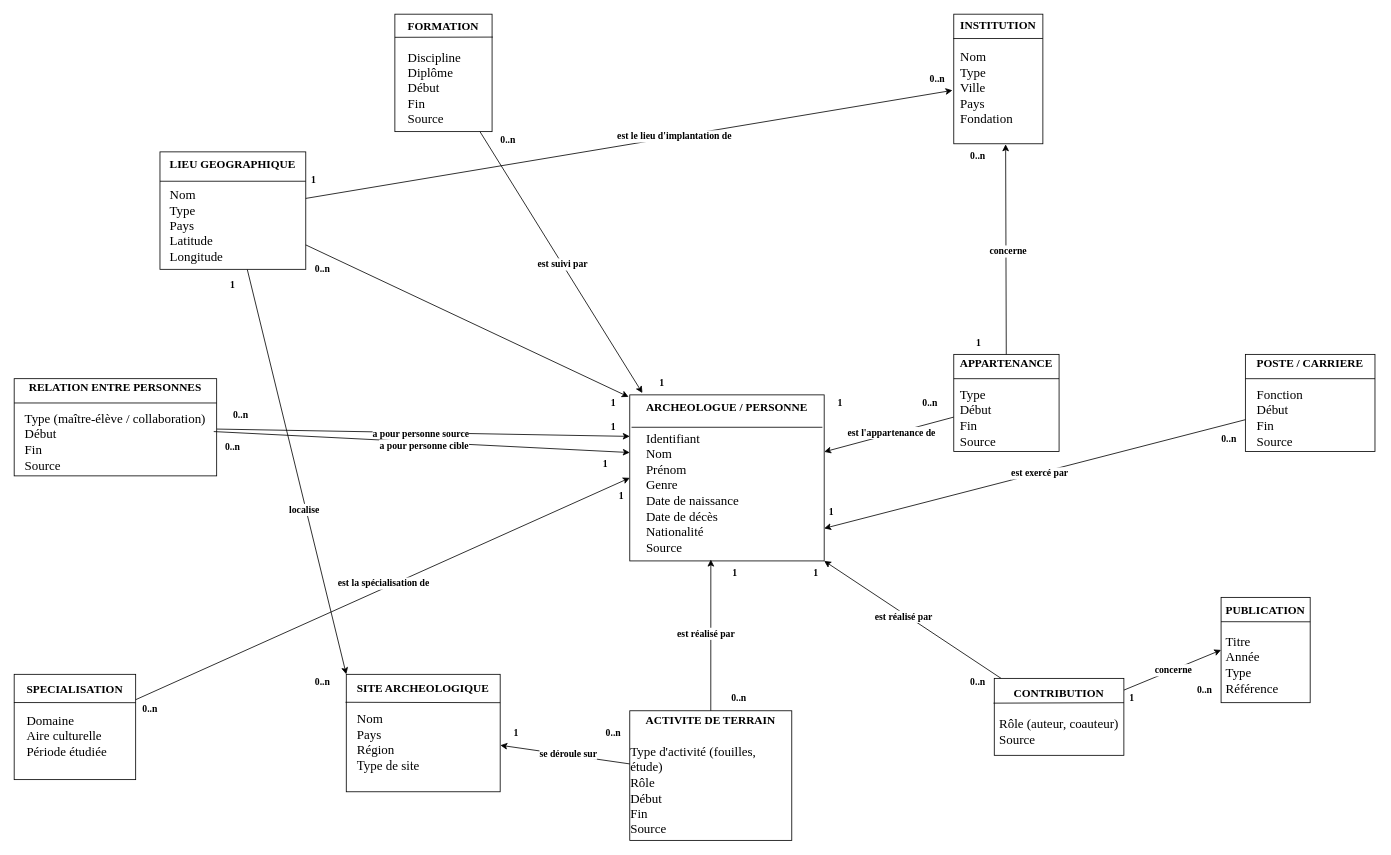
This is Modele-conceptuel-archeologues-final.drawio from CannelleLeoHatchi/archeologues, a draw.io file, before an edit. Source tidied: cells renumbered, new cells numbered last; positions are measured from the earlier drawing's top-left corner, leaving out a move shared by most shapes. Both pictures are drawn from the tidied source at 81%, with x=0, y=0 at pixel (14, 14).
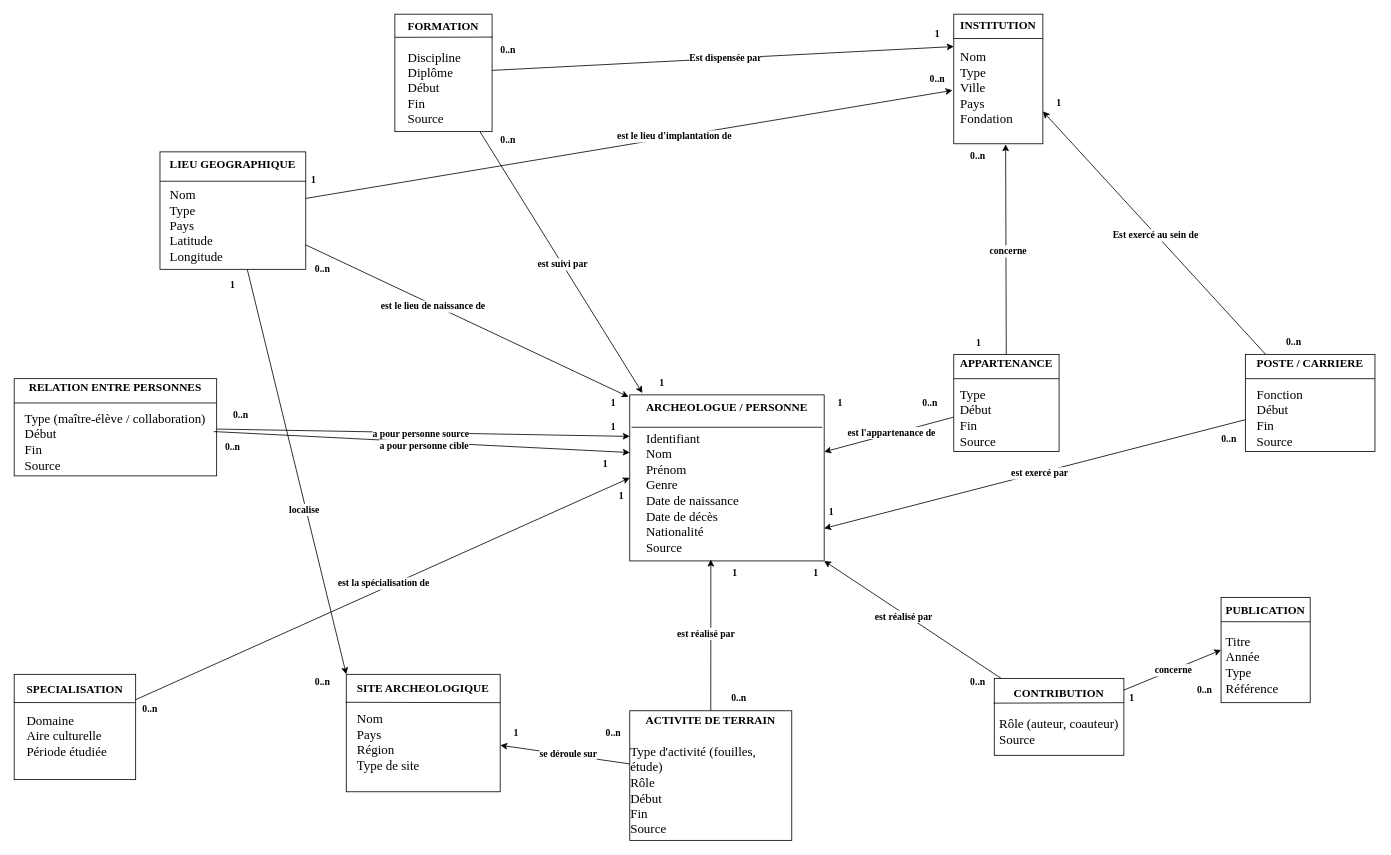
Above is the later version.

Commit message:
Ajout des relations entre formations, postes et institutions

The change refers to these unchanged cells:
```xml
<mxCell id="4" value="&lt;font face=&quot;Garamond&quot; style=&quot;font-size: 14px;&quot;&gt;&lt;b&gt;INSTITUTION&lt;/b&gt;&lt;/font&gt;&lt;div&gt;&lt;font face=&quot;Garamond&quot; size=&quot;3&quot;&gt;&lt;br&gt;&lt;/font&gt;&lt;/div&gt;&lt;div style=&quot;text-align: justify;&quot;&gt;&lt;font face=&quot;Garamond&quot; size=&quot;3&quot;&gt;Nom&lt;/font&gt;&lt;/div&gt;&lt;div style=&quot;text-align: justify;&quot;&gt;&lt;font face=&quot;Garamond&quot; size=&quot;3&quot;&gt;Type&lt;/font&gt;&lt;/div&gt;&lt;div style=&quot;text-align: justify;&quot;&gt;&lt;font face=&quot;Garamond&quot; size=&quot;3&quot;&gt;Ville&lt;/font&gt;&lt;/div&gt;&lt;div style=&quot;text-align: justify;&quot;&gt;&lt;font face=&quot;Garamond&quot; size=&quot;3&quot;&gt;Pays&lt;/font&gt;&lt;/div&gt;&lt;div style=&quot;text-align: justify;&quot;&gt;&lt;font face=&quot;Garamond&quot; size=&quot;3&quot;&gt;Fondation&lt;/font&gt;&lt;/div&gt;&lt;div&gt;&lt;br&gt;&lt;/div&gt;" style="rounded=0;whiteSpace=wrap;html=1;" parent="1" vertex="1">
  <mxGeometry x="1160" width="110" height="160" as="geometry" />
</mxCell>
<mxCell id="8" value="&lt;font face=&quot;Garamond&quot; style=&quot;font-size: 14px;&quot;&gt;&lt;b&gt;POSTE / CARRIERE&lt;/b&gt;&lt;/font&gt;&lt;div&gt;&lt;font face=&quot;Garamond&quot; size=&quot;3&quot;&gt;&lt;br&gt;&lt;/font&gt;&lt;/div&gt;&lt;div style=&quot;text-align: justify;&quot;&gt;&lt;font face=&quot;Garamond&quot; size=&quot;3&quot;&gt;Fonction&lt;/font&gt;&lt;/div&gt;&lt;div style=&quot;text-align: justify;&quot;&gt;&lt;font face=&quot;Garamond&quot; size=&quot;3&quot;&gt;Début&lt;/font&gt;&lt;/div&gt;&lt;div style=&quot;text-align: justify;&quot;&gt;&lt;font face=&quot;Garamond&quot; size=&quot;3&quot;&gt;Fin&lt;/font&gt;&lt;/div&gt;&lt;div style=&quot;text-align: justify;&quot;&gt;&lt;font face=&quot;Garamond&quot; size=&quot;3&quot;&gt;Source&lt;/font&gt;&lt;/div&gt;" style="rounded=0;whiteSpace=wrap;html=1;" parent="1" vertex="1">
  <mxGeometry x="1520" y="420" width="160" height="120" as="geometry" />
</mxCell>
<mxCell id="25" value="&lt;font face=&quot;Garamond&quot; style=&quot;font-size: 14px;&quot;&gt;&lt;b&gt;FORMATION&lt;/b&gt;&lt;/font&gt;&lt;div&gt;&lt;font face=&quot;Garamond&quot; size=&quot;3&quot;&gt;&lt;br&gt;&lt;/font&gt;&lt;/div&gt;&lt;div style=&quot;text-align: justify;&quot;&gt;&lt;font face=&quot;Garamond&quot; size=&quot;3&quot;&gt;Discipline&lt;/font&gt;&lt;/div&gt;&lt;div style=&quot;text-align: justify;&quot;&gt;&lt;font face=&quot;Garamond&quot; size=&quot;3&quot;&gt;Diplôme&lt;/font&gt;&lt;/div&gt;&lt;div style=&quot;text-align: justify;&quot;&gt;&lt;font face=&quot;Garamond&quot; size=&quot;3&quot;&gt;Début&lt;/font&gt;&lt;/div&gt;&lt;div style=&quot;text-align: justify;&quot;&gt;&lt;font face=&quot;Garamond&quot; size=&quot;3&quot;&gt;Fin&lt;/font&gt;&lt;/div&gt;&lt;div style=&quot;text-align: justify;&quot;&gt;&lt;font face=&quot;Garamond&quot; size=&quot;3&quot;&gt;Source&lt;/font&gt;&lt;/div&gt;" style="rounded=0;whiteSpace=wrap;html=1;" parent="1" vertex="1">
  <mxGeometry x="470" width="120" height="145" as="geometry" />
</mxCell>
<mxCell id="72" style="edgeStyle=none;html=1;entryX=-0.006;entryY=0.012;entryDx=0;entryDy=0;entryPerimeter=0;" parent="1" edge="1" source="24" target="2">
  <mxGeometry relative="1" as="geometry" />
</mxCell>
```

The edit, as a diff of the source:
```diff
@@
+    <mxCell id="80" style="edgeStyle=none;html=1;entryX=1;entryY=0.75;entryDx=0;entryDy=0;" parent="1" edge="1" source="8" target="4">
+      <mxGeometry relative="1" as="geometry" />
+    </mxCell>
+    <mxCell id="81" value="&lt;font face=&quot;Garamond&quot; style=&quot;font-size: 12px;&quot;&gt;&lt;b&gt;Est exercé au sein de&lt;/b&gt;&lt;/font&gt;" style="edgeLabel;html=1;align=center;verticalAlign=middle;inheritText=1;" parent="80" vertex="1">
+      <mxGeometry x="-0.01" y="1" relative="1" as="geometry" />
+    </mxCell>
@@
+    <mxCell id="82" style="edgeStyle=none;html=1;entryX=0;entryY=0.25;entryDx=0;entryDy=0;" parent="1" edge="1" source="25" target="4">
+      <mxGeometry relative="1" as="geometry" />
+    </mxCell>
+    <mxCell id="83" value="&lt;font face=&quot;Garamond&quot; style=&quot;font-size: 12px;&quot;&gt;&lt;b&gt;Est dispensée par&lt;/b&gt;&lt;/font&gt;" style="edgeLabel;html=1;align=center;verticalAlign=middle;inheritText=1;" parent="82" vertex="1">
+      <mxGeometry x="0.01" y="1" relative="1" as="geometry" />
+    </mxCell>
@@
+    <mxCell id="84" value="&lt;font face=&quot;Garamond&quot; style=&quot;font-size: 12px;&quot;&gt;&lt;b&gt;est le lieu de naissance de&lt;/b&gt;&lt;/font&gt;" style="edgeLabel;html=1;align=center;verticalAlign=middle;inheritText=1;" parent="72" vertex="1">
+      <mxGeometry x="-0.21" y="-2" relative="1" as="geometry" />
+    </mxCell>
@@
+    <mxCell id="85" value="&lt;font face=&quot;Garamond&quot;&gt;&lt;b&gt;1&lt;/b&gt;&lt;/font&gt;" style="text;html=1;whiteSpace=wrap;strokeColor=none;fillColor=none;align=center;verticalAlign=middle;rounded=0;" parent="1" vertex="1">
+      <mxGeometry x="1110" y="10" width="60" height="30" as="geometry" />
+    </mxCell>
+    <mxCell id="86" value="&lt;font face=&quot;Garamond&quot;&gt;&lt;b&gt;0..n&lt;/b&gt;&lt;/font&gt;" style="text;html=1;whiteSpace=wrap;strokeColor=none;fillColor=none;align=center;verticalAlign=middle;rounded=0;" parent="1" vertex="1">
+      <mxGeometry x="580" y="30" width="60" height="30" as="geometry" />
+    </mxCell>
+    <mxCell id="87" value="&lt;font face=&quot;Garamond&quot;&gt;&lt;b&gt;0..n&lt;/b&gt;&lt;/font&gt;" style="text;html=1;whiteSpace=wrap;strokeColor=none;fillColor=none;align=center;verticalAlign=middle;rounded=0;" parent="1" vertex="1">
+      <mxGeometry x="1550" y="390" width="60" height="30" as="geometry" />
+    </mxCell>
+    <mxCell id="88" value="&lt;font face=&quot;Garamond&quot;&gt;&lt;b&gt;1&lt;/b&gt;&lt;/font&gt;" style="text;html=1;whiteSpace=wrap;strokeColor=none;fillColor=none;align=center;verticalAlign=middle;rounded=0;" parent="1" vertex="1">
+      <mxGeometry x="1260" y="95" width="60" height="30" as="geometry" />
+    </mxCell>
```
